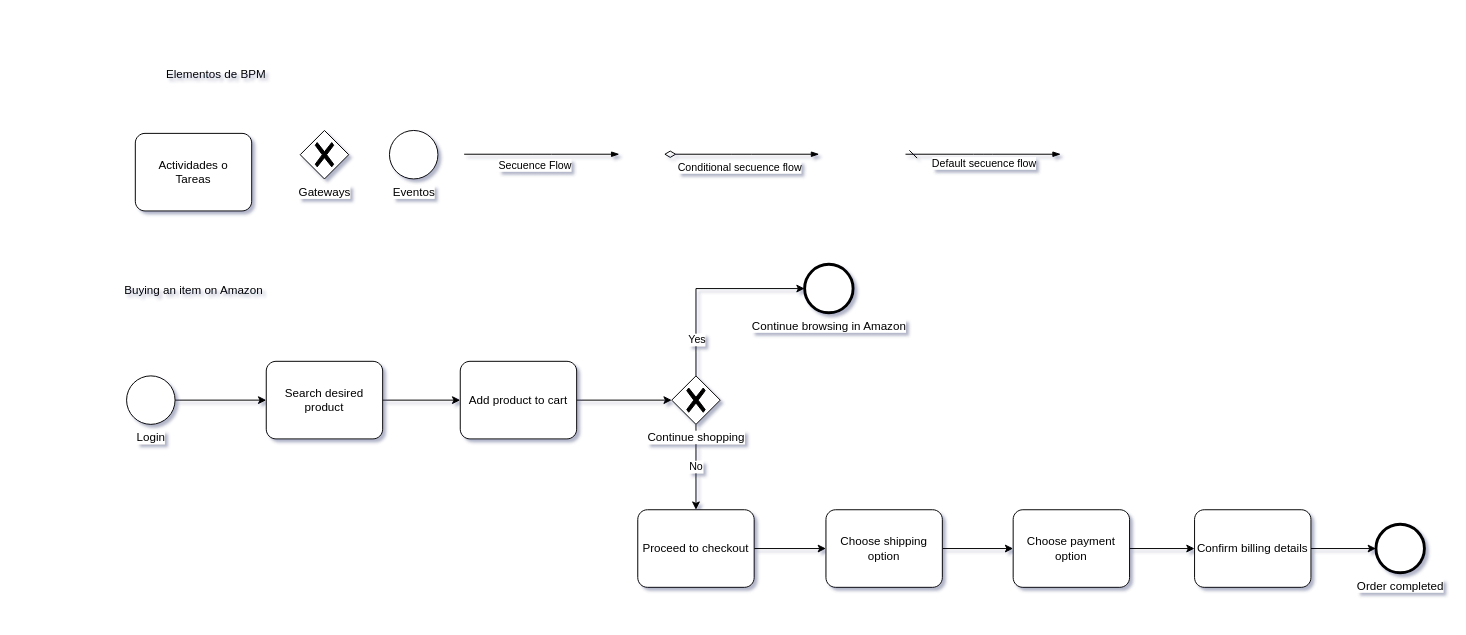
marcoalf1/BPM keeps this draw.io diagram as Untitled Diagram.drawio. Above is the earlier version. Source tidied: cells renumbered, new cells numbered last; positions are measured from the earlier drawing's top-left corner, leaving out a move shared by most shapes. Both pictures are drawn from the tidied source at 97%, with x=0, y=0 at pixel (122, 65).
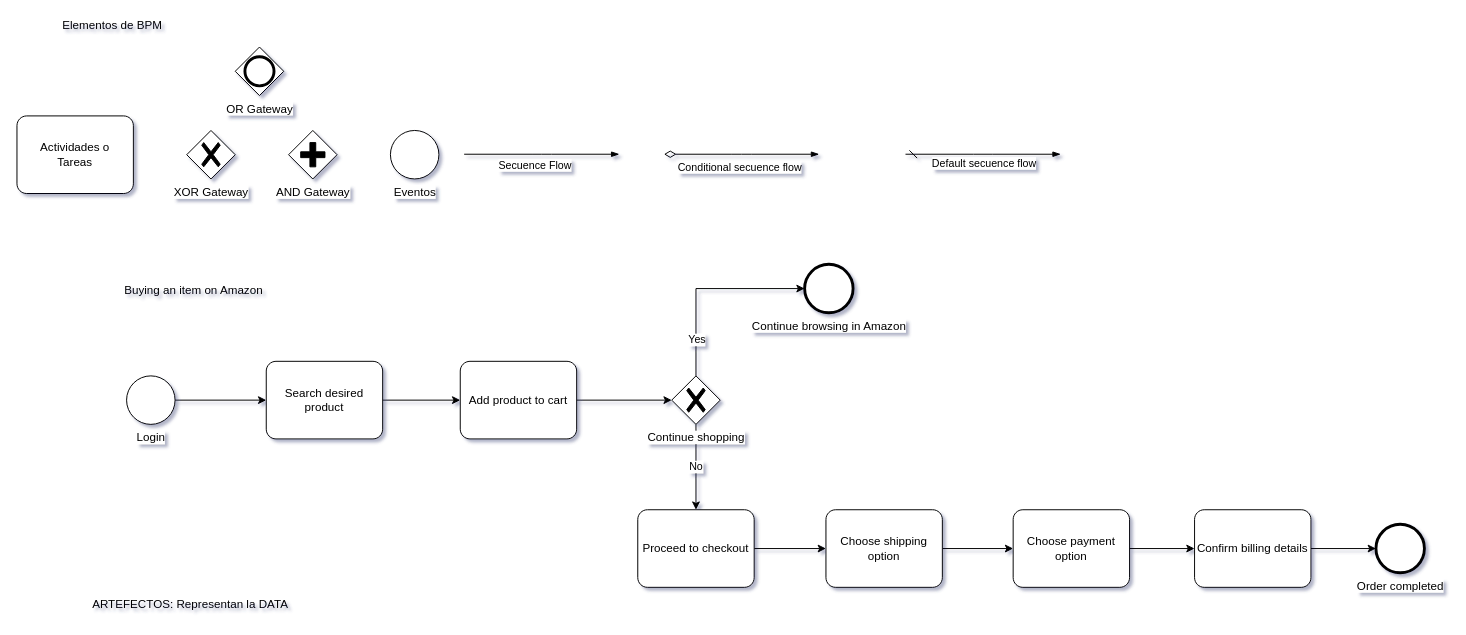
Above is the later version.

What changed in the source:
```diff
@@
     <mxCell id="2" value="Elementos de BPM" style="text;html=1;align=center;verticalAlign=middle;strokeColor=none;" parent="1" vertex="1">
-      <mxGeometry x="40" width="112" height="18" as="geometry" />
+      <mxGeometry x="-67" y="-50" width="112" height="18" as="geometry" />
     </mxCell>
     <mxCell id="3" value="Actividades o &#10;Tareas" style="shape=mxgraph.bpmn.task;whiteSpace=wrap;rectStyle=rounded;size=10;taskMarker=abstract;" parent="1" vertex="1">
-      <mxGeometry x="13" y="70" width="120" height="80" as="geometry" />
+      <mxGeometry x="-109" y="52" width="120" height="80" as="geometry" />
     </mxCell>
     <mxCell id="4" value="Eventos" style="shape=mxgraph.bpmn.event;html=1;verticalLabelPosition=bottom;labelBackgroundColor=#ffffff;verticalAlign=top;align=center;perimeter=ellipsePerimeter;outline=standard;symbol=general;" parent="1" vertex="1">
-      <mxGeometry x="275" y="67" width="50" height="50" as="geometry" />
+      <mxGeometry x="276" y="67" width="50" height="50" as="geometry" />
     </mxCell>
-    <mxCell id="5" value="Gateways" style="shape=mxgraph.bpmn.gateway2;html=1;verticalLabelPosition=bottom;labelBackgroundColor=#ffffff;verticalAlign=top;align=center;perimeter=rhombusPerimeter;outline=none;symbol=none;gwType=exclusive;" parent="1" vertex="1">
-      <mxGeometry x="183" y="67" width="50" height="50" as="geometry" />
+    <mxCell id="5" value="XOR Gateway" style="shape=mxgraph.bpmn.gateway2;html=1;verticalLabelPosition=bottom;labelBackgroundColor=#ffffff;verticalAlign=top;align=center;perimeter=rhombusPerimeter;outline=none;symbol=none;gwType=exclusive;" parent="1" vertex="1">
+      <mxGeometry x="66" y="67" width="50" height="50" as="geometry" />
     </mxCell>
@@
+    <mxCell id="33" value="AND Gateway" style="shape=mxgraph.bpmn.gateway2;html=1;verticalLabelPosition=bottom;labelBackgroundColor=#ffffff;verticalAlign=top;align=center;perimeter=rhombusPerimeter;outline=none;symbol=none;gwType=parallel;" parent="1" vertex="1">
+      <mxGeometry x="171" y="67" width="50" height="50" as="geometry" />
+    </mxCell>
+    <mxCell id="34" value="OR Gateway" style="shape=mxgraph.bpmn.gateway2;html=1;verticalLabelPosition=bottom;labelBackgroundColor=#ffffff;verticalAlign=top;align=center;perimeter=rhombusPerimeter;outline=end;symbol=general;" parent="1" vertex="1">
+      <mxGeometry x="116" y="-19" width="50" height="50" as="geometry" />
+    </mxCell>
+    <mxCell id="35" value="ARTEFECTOS: Representan la DATA" style="text;html=1;align=left;verticalAlign=middle;strokeColor=none;" parent="1" vertex="1">
+      <mxGeometry x="-33" y="547" width="212" height="18" as="geometry" />
+    </mxCell>
```
